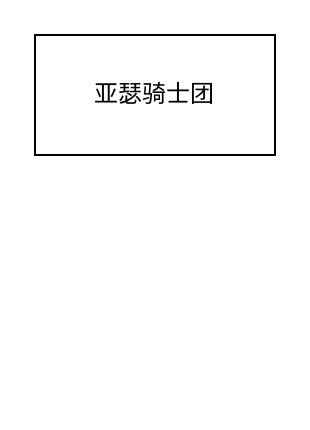
This is page "orgnization" (6 of 10) of unity.drawio from goldmine/base, a draw.io file, before an edit. Source tidied: cells renumbered, new cells numbered last; positions are measured from the earlier drawing's top-left corner, leaving out a move shared by most shapes. Both pictures are drawn from the tidied source at 200%, with x=0, y=0 at pixel (34, 34).
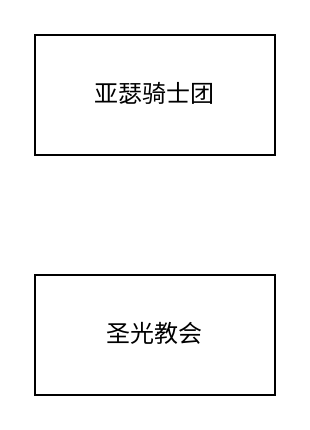
The same diagram, later.

Change to the diagram source:
```diff
@@
 <mxGraphModel>
   <root>
     <mxCell id="0" />
     <mxCell id="1" parent="0" />
     <mxCell id="2" value="亚瑟骑士团" style="rounded=0;whiteSpace=wrap;html=1;" parent="1" vertex="1">
       <mxGeometry width="120" height="60" as="geometry" />
     </mxCell>
+    <mxCell id="3" value="圣光教会" style="rounded=0;whiteSpace=wrap;html=1;" parent="1" vertex="1">
+      <mxGeometry y="120" width="120" height="60" as="geometry" />
+    </mxCell>
   </root>
 </mxGraphModel>
```
